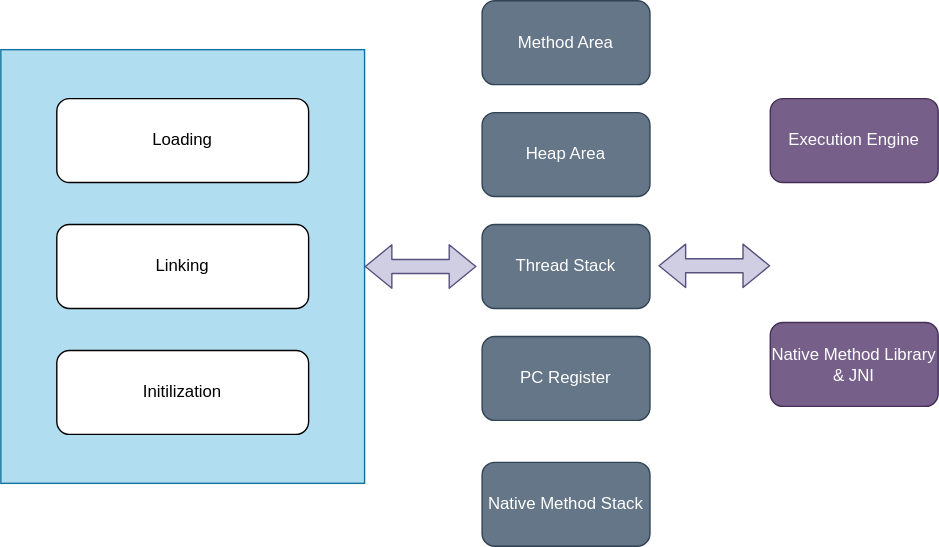
Before: content/tales/jvm-arch.drawio.svg, a diagram exported from draw.io (balajivijayan/balajivijayan.github.io). Source tidied: cells renumbered, new cells last; positions are measured from the earlier drawing's top-left corner, leaving out a move shared by most shapes.
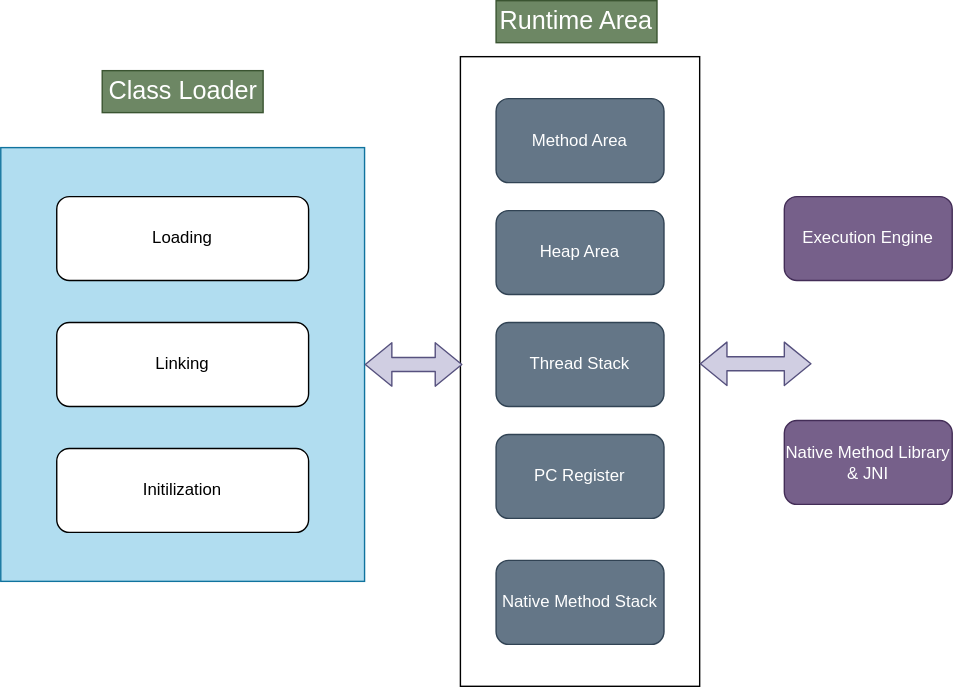
Above is the later version.

The edit, as a diff of the source:
```diff
@@ -2,17 +2,20 @@
   <root>
     <mxCell id="0" />
     <mxCell id="1" parent="0" />
+    <mxCell id="15" style="rounded=0;whiteSpace=wrap;html=1;fontSize=18;" parent="1" vertex="1">
+      <mxGeometry x="318.5" y="-30" width="171" height="450" as="geometry" />
+    </mxCell>
     <mxCell id="2" style="rounded=0;whiteSpace=wrap;html=1;fillColor=#b1ddf0;strokeColor=#10739e;" parent="1" vertex="1">
-      <mxGeometry y="35" width="260" height="310" as="geometry" />
+      <mxGeometry x="-10" y="35" width="260" height="310" as="geometry" />
     </mxCell>
     <mxCell id="3" value="Loading" style="rounded=1;whiteSpace=wrap;html=1;" parent="1" vertex="1">
-      <mxGeometry x="40" y="70" width="180" height="60" as="geometry" />
+      <mxGeometry x="30" y="70" width="180" height="60" as="geometry" />
     </mxCell>
     <mxCell id="4" value="Linking" style="rounded=1;whiteSpace=wrap;html=1;" parent="1" vertex="1">
-      <mxGeometry x="40" y="160" width="180" height="60" as="geometry" />
+      <mxGeometry x="30" y="160" width="180" height="60" as="geometry" />
     </mxCell>
     <mxCell id="5" value="Initilization" style="rounded=1;whiteSpace=wrap;html=1;" parent="1" vertex="1">
-      <mxGeometry x="40" y="250" width="180" height="60" as="geometry" />
+      <mxGeometry x="30" y="250" width="180" height="60" as="geometry" />
     </mxCell>
     <mxCell id="6" value="Method Area" style="rounded=1;whiteSpace=wrap;html=1;fillColor=#647687;fontColor=#ffffff;strokeColor=#314354;" parent="1" vertex="1">
       <mxGeometry x="344" width="120" height="60" as="geometry" />
@@ -31,7 +34,7 @@
     </mxCell>
     <mxCell id="11" style="shape=flexArrow;endArrow=classic;startArrow=classic;html=1;exitX=1;exitY=0.5;exitDx=0;exitDy=0;fillColor=#d0cee2;strokeColor=#56517e;" parent="1" edge="1" source="2">
       <mxGeometry relative="1" as="geometry">
-        <mxPoint x="340" y="190" as="targetPoint" />
+        <mxPoint x="320" y="190" as="targetPoint" />
       </mxGeometry>
     </mxCell>
     <mxCell id="12" value="Execution Engine" style="rounded=1;whiteSpace=wrap;html=1;fillColor=#76608a;fontColor=#ffffff;strokeColor=#432D57;" parent="1" vertex="1">
@@ -42,9 +45,15 @@
     </mxCell>
     <mxCell id="14" style="shape=flexArrow;endArrow=classic;startArrow=classic;html=1;exitX=1;exitY=0.5;exitDx=0;exitDy=0;fillColor=#d0cee2;strokeColor=#56517e;" parent="1" edge="1">
       <mxGeometry relative="1" as="geometry">
-        <mxPoint x="470" y="189.5" as="sourcePoint" />
-        <mxPoint x="550" y="189.5" as="targetPoint" />
+        <mxPoint x="489.5" y="189.5" as="sourcePoint" />
+        <mxPoint x="569.5" y="189.5" as="targetPoint" />
       </mxGeometry>
     </mxCell>
+    <mxCell id="16" value="&lt;font style=&quot;font-size: 18px;&quot;&gt;Class Loader&lt;/font&gt;" style="text;html=1;strokeColor=#3A5431;fillColor=#6d8764;align=center;verticalAlign=middle;whiteSpace=wrap;rounded=0;fontColor=#ffffff;" parent="1" vertex="1">
+      <mxGeometry x="62.5" y="-20" width="115" height="30" as="geometry" />
+    </mxCell>
+    <mxCell id="17" value="&lt;font style=&quot;font-size: 18px;&quot;&gt;Runtime Area&lt;/font&gt;" style="text;html=1;strokeColor=#3A5431;fillColor=#6d8764;align=center;verticalAlign=middle;whiteSpace=wrap;rounded=0;fontColor=#ffffff;" parent="1" vertex="1">
+      <mxGeometry x="344" y="-70" width="115" height="30" as="geometry" />
+    </mxCell>
   </root>
 </mxGraphModel>
```
